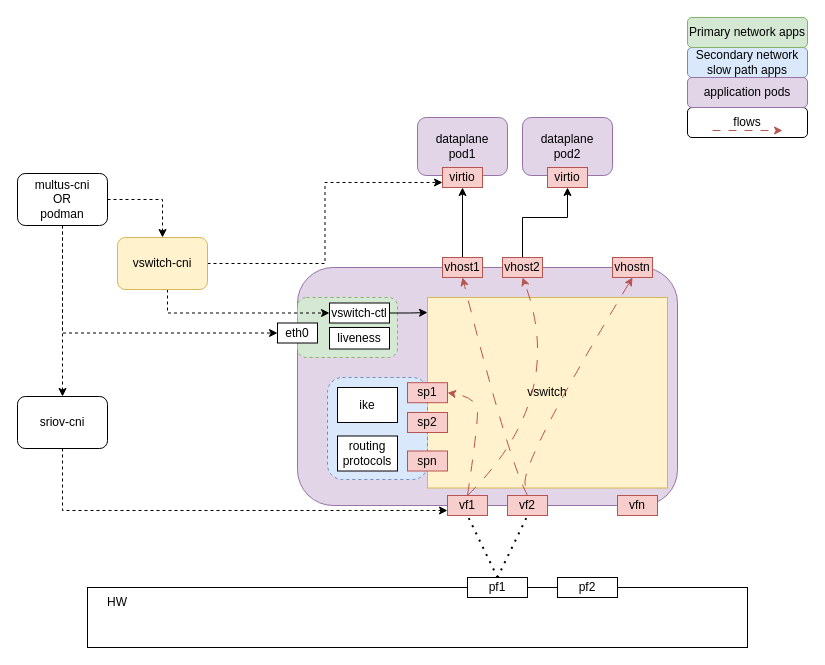
Above: vswitch.drawio in sriramy/drawio (draw.io), before the change. Source tidied: cells renumbered, new cells numbered last; positions are measured from the earlier drawing's top-left corner, leaving out a move shared by most shapes. Both pictures are drawn from the tidied source at 100%, with x=0, y=0 at pixel (17, 17).
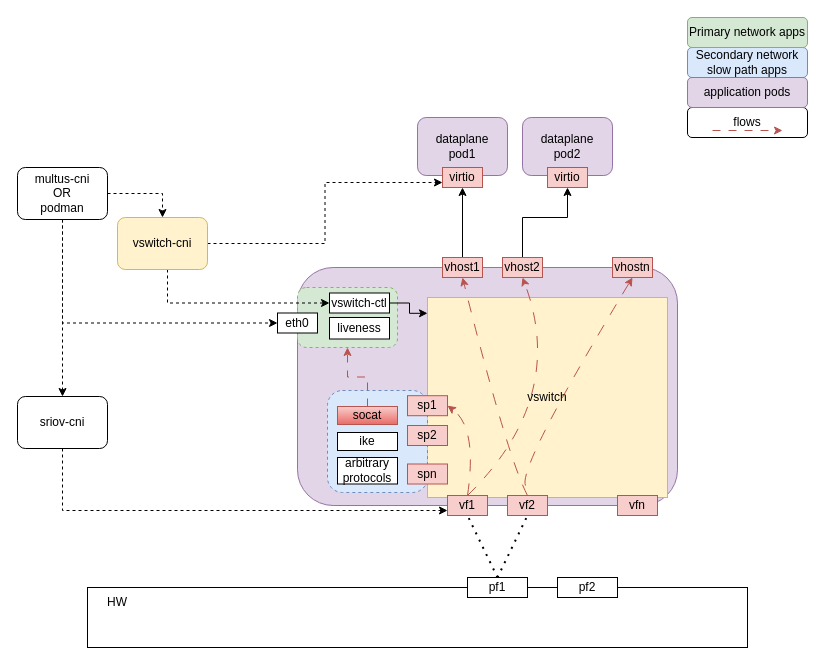
The same page after the edit.

Unchanged cells that the change refers to:
```xml
<mxCell id="30" value="vf1" style="rounded=0;whiteSpace=wrap;html=1;fillColor=#f8cecc;strokeColor=#b85450;" parent="1" vertex="1">
  <mxGeometry x="430" y="478" width="40" height="20" as="geometry" />
</mxCell>
```

The edit, as a diff of the source:
```diff
@@
-    <mxCell id="4" value="vf2" style="rounded=0;whiteSpace=wrap;html=1;fillColor=#f8cecc;strokeColor=#b85450;" parent="1" vertex="1">
-      <mxGeometry x="490" y="478" width="40" height="20" as="geometry" />
-    </mxCell>
-    <mxCell id="5" value="vfn" style="rounded=0;whiteSpace=wrap;html=1;fillColor=#f8cecc;strokeColor=#b85450;" parent="1" vertex="1">
-      <mxGeometry x="600" y="478" width="40" height="20" as="geometry" />
-    </mxCell>
@@
     <mxCell id="17" style="rounded=1;whiteSpace=wrap;html=1;dashed=1;fillColor=#d5e8d4;strokeColor=#82b366;" parent="1" vertex="1">
-      <mxGeometry x="280" y="280" width="100" height="60" as="geometry" />
+      <mxGeometry x="280" y="270" width="100" height="60" as="geometry" />
     </mxCell>
     <mxCell id="18" value="vswitch" style="rounded=0;whiteSpace=wrap;html=1;fillColor=#fff2cc;strokeColor=#d6b656;" parent="1" vertex="1">
-      <mxGeometry x="410" y="280" width="240" height="190.5" as="geometry" />
+      <mxGeometry x="410" y="280" width="240" height="200" as="geometry" />
     </mxCell>
     <mxCell id="19" style="rounded=1;whiteSpace=wrap;html=1;dashed=1;fillColor=#dae8fc;strokeColor=#6c8ebf;" parent="1" vertex="1">
-      <mxGeometry x="310" y="360" width="100" height="102" as="geometry" />
+      <mxGeometry x="310" y="373" width="100" height="102" as="geometry" />
     </mxCell>
     <mxCell id="20" value="ike" style="rounded=0;whiteSpace=wrap;html=1;" parent="1" vertex="1">
-      <mxGeometry x="320" y="370" width="60" height="35" as="geometry" />
+      <mxGeometry x="320" y="415" width="60" height="18" as="geometry" />
     </mxCell>
-    <mxCell id="21" value="routing protocols" style="rounded=0;whiteSpace=wrap;html=1;" parent="1" vertex="1">
-      <mxGeometry x="320" y="418.5" width="60" height="35" as="geometry" />
+    <mxCell id="21" value="arbitrary protocols" style="rounded=0;whiteSpace=wrap;html=1;" parent="1" vertex="1">
+      <mxGeometry x="320" y="440" width="60" height="26.5" as="geometry" />
     </mxCell>
@@
     <mxCell id="23" value="vswitch-ctl" style="rounded=0;whiteSpace=wrap;html=1;" parent="1" vertex="1">
-      <mxGeometry x="312" y="285.5" width="60" height="20" as="geometry" />
+      <mxGeometry x="312" y="275.5" width="60" height="20" as="geometry" />
     </mxCell>
@@
     <mxCell id="26" value="sp1" style="rounded=0;whiteSpace=wrap;html=1;fillColor=#f8cecc;strokeColor=#b85450;" parent="1" vertex="1">
-      <mxGeometry x="390" y="365.2" width="40" height="20" as="geometry" />
+      <mxGeometry x="390" y="378.2" width="40" height="20" as="geometry" />
     </mxCell>
     <mxCell id="27" value="sp2" style="rounded=0;whiteSpace=wrap;html=1;fillColor=#f8cecc;strokeColor=#b85450;" parent="1" vertex="1">
-      <mxGeometry x="390" y="395" width="40" height="20" as="geometry" />
+      <mxGeometry x="390" y="408" width="40" height="20" as="geometry" />
     </mxCell>
     <mxCell id="28" value="spn" style="rounded=0;whiteSpace=wrap;html=1;fillColor=#f8cecc;strokeColor=#b85450;" parent="1" vertex="1">
-      <mxGeometry x="390" y="433.5" width="40" height="20" as="geometry" />
+      <mxGeometry x="390" y="446.5" width="40" height="20" as="geometry" />
     </mxCell>
     <mxCell id="29" value="eth0" style="rounded=0;whiteSpace=wrap;html=1;" parent="1" vertex="1">
-      <mxGeometry x="260" y="305.5" width="40" height="20" as="geometry" />
+      <mxGeometry x="260" y="295.5" width="40" height="20" as="geometry" />
     </mxCell>
@@
     <mxCell id="31" value="liveness" style="rounded=0;whiteSpace=wrap;html=1;" parent="1" vertex="1">
-      <mxGeometry x="312" y="310" width="60" height="21.5" as="geometry" />
+      <mxGeometry x="312" y="300" width="60" height="21.5" as="geometry" />
     </mxCell>
@@
     <mxCell id="33" style="curved=1;endArrow=classic;html=1;rounded=0;exitX=0.5;exitY=0;exitDx=0;exitDy=0;entryX=1;entryY=0.5;entryDx=0;entryDy=0;dashed=1;dashPattern=12 12;fillColor=#f8cecc;strokeColor=#b85450;" parent="1" edge="1" source="30" target="26">
       <mxGeometry relative="1" as="geometry">
         <Array as="points">
           <mxPoint x="460" y="410" />
-          <mxPoint x="460" y="380" />
         </Array>
       </mxGeometry>
     </mxCell>
@@
     <mxCell id="43" style="edgeStyle=orthogonalEdgeStyle;rounded=0;jettySize=auto;html=1;entryX=0;entryY=0.5;entryDx=0;entryDy=0;fillColor=#fff2cc;strokeColor=#000000;dashed=1;" parent="1" edge="1" source="44" target="23">
       <mxGeometry relative="1" as="geometry">
         <Array as="points">
-          <mxPoint x="150" y="296" />
+          <mxPoint x="150" y="286" />
         </Array>
       </mxGeometry>
     </mxCell>
     <mxCell id="44" value="vswitch-cni" style="rounded=1;whiteSpace=wrap;html=1;fillColor=#fff2cc;strokeColor=#d6b656;" parent="1" vertex="1">
-      <mxGeometry x="100" y="220" width="90" height="52" as="geometry" />
+      <mxGeometry x="100" y="200" width="90" height="52" as="geometry" />
     </mxCell>
@@
     <mxCell id="46" style="edgeStyle=orthogonalEdgeStyle;rounded=0;jettySize=auto;html=1;entryX=0;entryY=0.5;entryDx=0;entryDy=0;dashed=1;" parent="1" edge="1" source="48" target="29">
       <mxGeometry relative="1" as="geometry">
         <Array as="points">
-          <mxPoint x="45" y="316" />
+          <mxPoint x="45" y="306" />
         </Array>
       </mxGeometry>
     </mxCell>
@@
     <mxCell id="48" value="multus-cni&lt;br&gt;OR&lt;br&gt;podman" style="rounded=1;whiteSpace=wrap;html=1;" parent="1" vertex="1">
-      <mxGeometry y="156" width="90" height="52" as="geometry" />
+      <mxGeometry y="150" width="90" height="52" as="geometry" />
     </mxCell>
@@
+    <mxCell id="5" value="vfn" style="rounded=0;whiteSpace=wrap;html=1;fillColor=#f8cecc;strokeColor=#b85450;" parent="1" vertex="1">
+      <mxGeometry x="600" y="478" width="40" height="20" as="geometry" />
+    </mxCell>
+    <mxCell id="4" value="vf2" style="rounded=0;whiteSpace=wrap;html=1;fillColor=#f8cecc;strokeColor=#b85450;" parent="1" vertex="1">
+      <mxGeometry x="490" y="478" width="40" height="20" as="geometry" />
+    </mxCell>
+    <mxCell id="51" style="edgeStyle=orthogonalEdgeStyle;rounded=0;jettySize=auto;html=1;entryX=0.5;entryY=1;entryDx=0;entryDy=0;dashed=1;dashPattern=8 8;fillColor=#f8cecc;strokeColor=#b85450;" parent="1" edge="1" source="52" target="17">
+      <mxGeometry relative="1" as="geometry" />
+    </mxCell>
+    <mxCell id="52" value="socat" style="rounded=0;whiteSpace=wrap;html=1;fillColor=#f8cecc;strokeColor=#b85450;gradientColor=#ea6b66;" parent="1" vertex="1">
+      <mxGeometry x="320" y="389" width="60" height="18" as="geometry" />
+    </mxCell>
```
